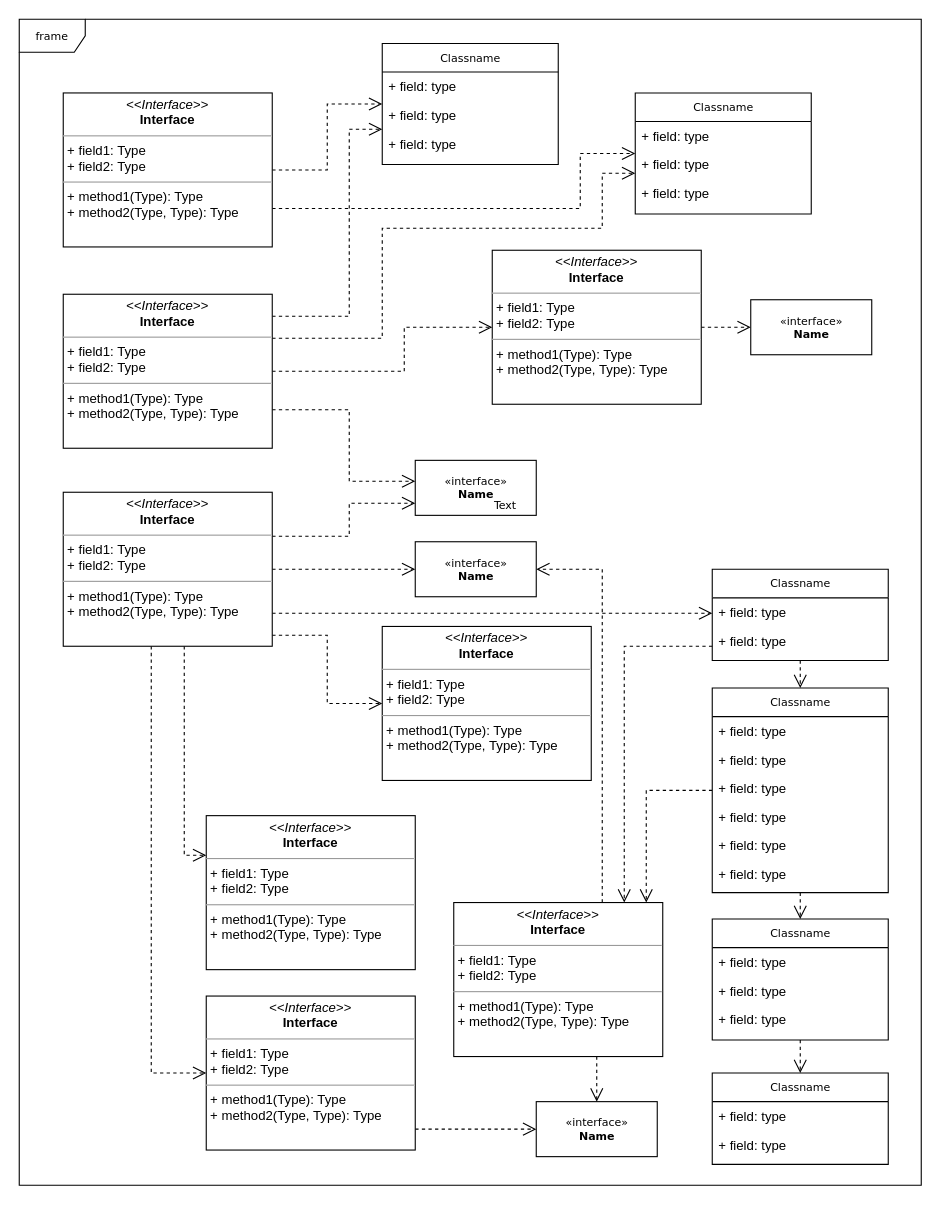
Above: time.geekbang/Untitled Diagram.drawio in chenlongqiang/draw.io (draw.io), before the change. Source tidied: cells renumbered, new cells numbered last; positions are measured from the earlier drawing's top-left corner, leaving out a move shared by most shapes. Both pictures are drawn from the tidied source at 110%, with x=0, y=0 at pixel (19, 19).
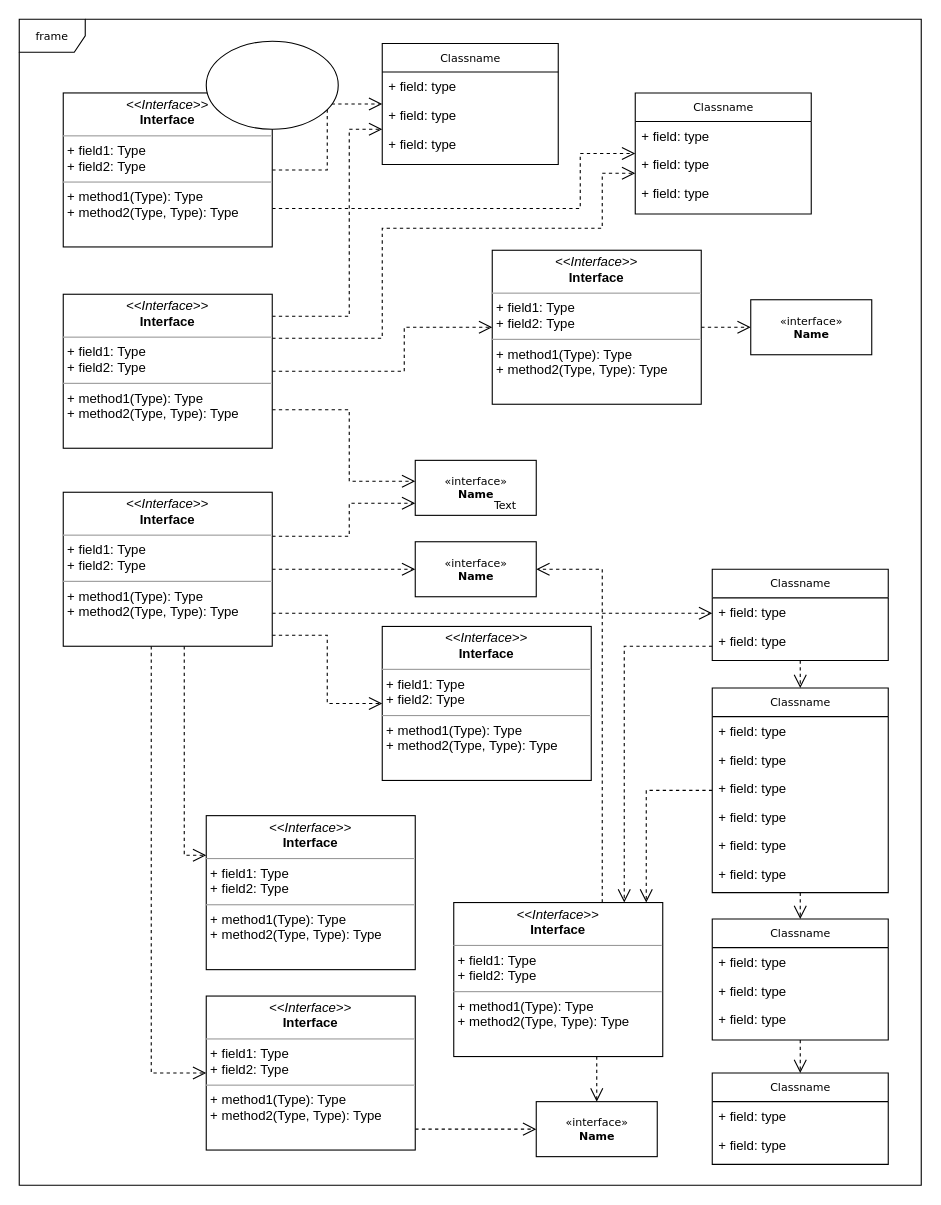
The same page after the edit.

Diff of the diagram source:
```diff
@@
+    <mxCell id="62" style="ellipse;whiteSpace=wrap;html=1;" parent="1" vertex="1">
+      <mxGeometry x="170" y="20" width="120" height="80" as="geometry" />
+    </mxCell>
```
